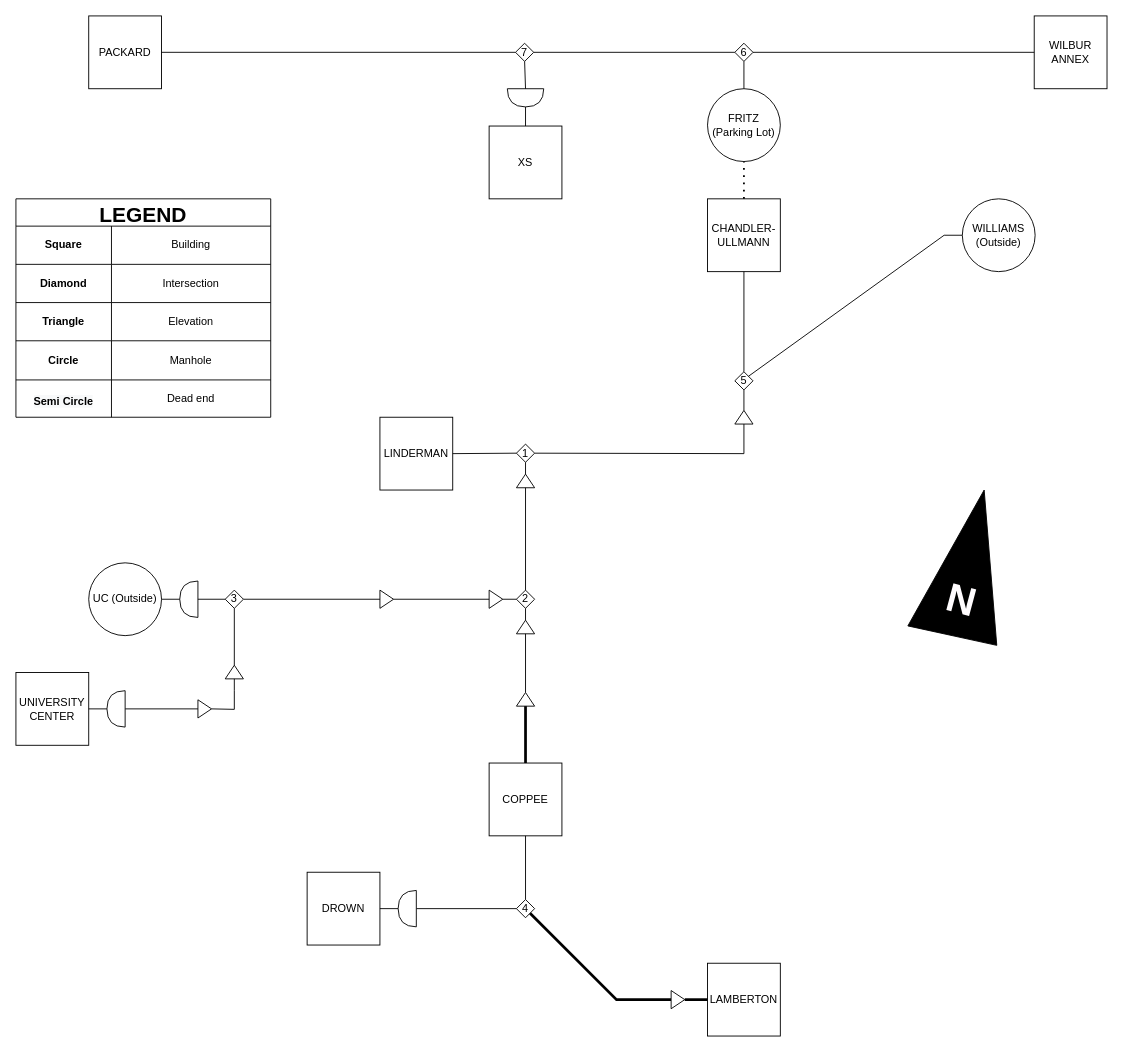
Earlier version of the draw.io diagram diagram.drawio (shun-ueda/lehigh-stream-tunnel). Source tidied: cells renumbered, new cells numbered last; positions are measured from the earlier drawing's top-left corner, leaving out a move shared by most shapes. Both pictures are drawn from the tidied source at 91%, with x=0, y=0 at pixel (15, 15).
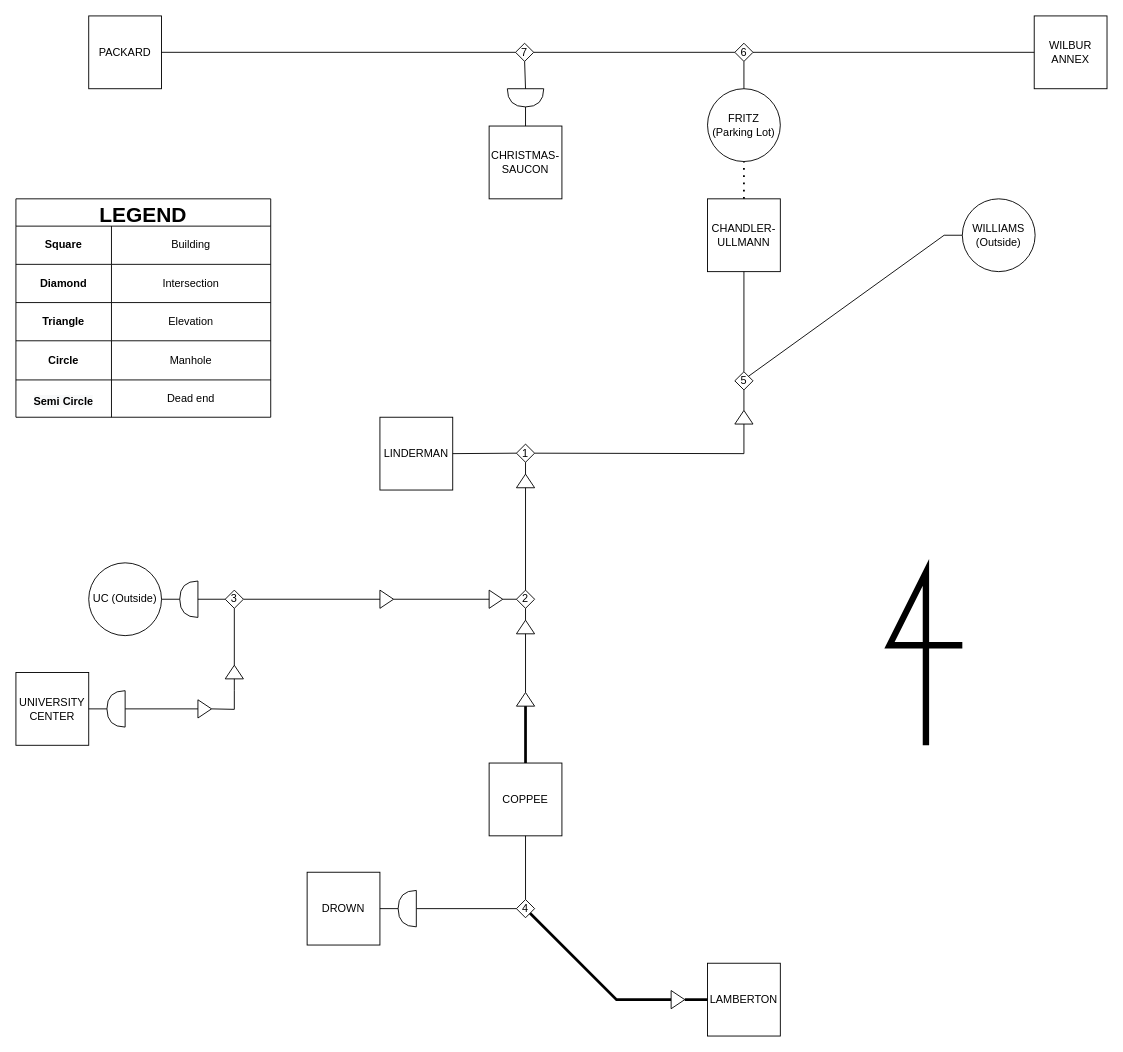
After the change.

Diff of the diagram source:
```diff
@@
-    <mxCell id="41" style="shape=mxgraph.arrows2.wedgeArrow;html=1;startWidth=50;fillColor=strokeColor;defaultFillColor=invert;defaultGradientColor=invert;rounded=0;" parent="1" edge="1">
-      <mxGeometry relative="1" as="geometry">
-        <mxPoint x="1029" y="681" as="sourcePoint" />
-        <mxPoint x="1064" y="521" as="targetPoint" />
-      </mxGeometry>
-    </mxCell>
-    <mxCell id="42" value="N" style="edgeLabel;html=1;align=center;verticalAlign=middle;fontColor=#FFFCFE;labelBackgroundColor=#000000;fontStyle=1;fontSize=44;rotation=15;" parent="41" vertex="1">
-      <mxGeometry x="-0.38" y="1" relative="1" as="geometry">
-        <mxPoint y="10" as="offset" />
-      </mxGeometry>
-    </mxCell>
@@
-    <mxCell id="75" value="XS" style="rounded=0;whiteSpace=wrap;html=1;" parent="1" vertex="1">
+    <mxCell id="75" value="CHRISTMAS-SAUCON" style="rounded=0;whiteSpace=wrap;html=1;" parent="1" vertex="1">
       <mxGeometry x="520" y="121" width="80" height="80" as="geometry" />
     </mxCell>
@@
+    <mxCell id="83" style="endArrow=none;html=1;rounded=0;fontSize=70;strokeWidth=7;" parent="1" edge="1">
+      <mxGeometry relative="1" as="geometry">
+        <mxPoint x="1000" y="801.5" as="sourcePoint" />
+        <mxPoint x="1040" y="691.5" as="targetPoint" />
+        <Array as="points">
+          <mxPoint x="1000" y="611.5" />
+          <mxPoint x="960" y="691.5" />
+        </Array>
+      </mxGeometry>
+    </mxCell>
```
